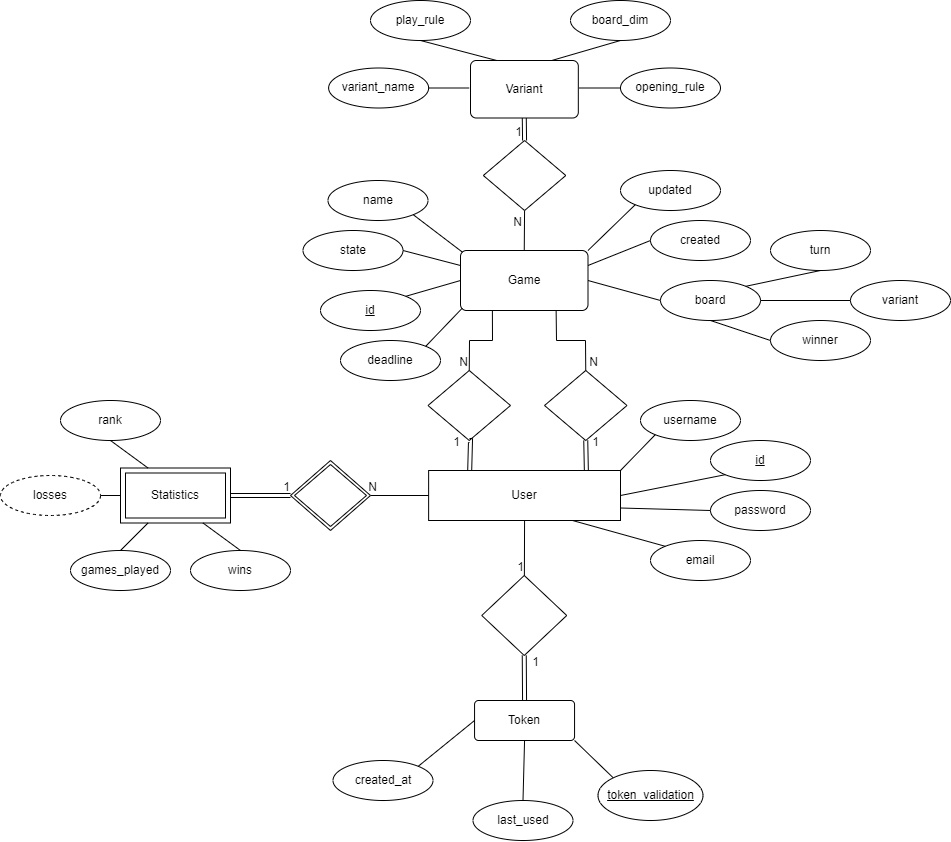
This is docs/diagrams/gomoku-er-diagram.png from Gongamax/Gomoku-Web, a draw.io export, as it was before one commit. Source tidied: cells renumbered, new cells last; positions are measured from the earlier drawing's top-left corner, leaving out a move shared by most shapes. Its diagram source:
```xml
<mxGraphModel>
  <root>
    <mxCell id="0" />
    <mxCell id="1" parent="0" />
    <mxCell id="2" value="Game" style="rounded=1;arcSize=10;whiteSpace=wrap;html=1;align=center;" parent="1" vertex="1">
      <mxGeometry x="460" y="250" width="127.5" height="60" as="geometry" />
    </mxCell>
    <mxCell id="3" value="User" style="whiteSpace=wrap;html=1;align=center;" parent="1" vertex="1">
      <mxGeometry x="428.1" y="470" width="191.9" height="50" as="geometry" />
    </mxCell>
    <mxCell id="4" value="Token" style="rounded=1;arcSize=10;whiteSpace=wrap;html=1;align=center;" parent="1" vertex="1">
      <mxGeometry x="474.1" y="700" width="100" height="40" as="geometry" />
    </mxCell>
    <mxCell id="5" value="id" style="ellipse;whiteSpace=wrap;html=1;align=center;fontStyle=4;" parent="1" vertex="1">
      <mxGeometry x="320" y="290" width="100" height="40" as="geometry" />
    </mxCell>
    <mxCell id="6" value="name" style="ellipse;whiteSpace=wrap;html=1;align=center;" parent="1" vertex="1">
      <mxGeometry x="327.5" y="180" width="100" height="40" as="geometry" />
    </mxCell>
    <mxCell id="7" style="endArrow=none;html=1;rounded=0;entryX=0;entryY=0.5;entryDx=0;entryDy=0;exitX=1;exitY=0;exitDx=0;exitDy=0;" parent="1" edge="1" source="5" target="2">
      <mxGeometry relative="1" as="geometry" />
    </mxCell>
    <mxCell id="8" value="winner" style="ellipse;whiteSpace=wrap;html=1;align=center;" parent="1" vertex="1">
      <mxGeometry x="770" y="320" width="100" height="40" as="geometry" />
    </mxCell>
    <mxCell id="9" value="turn" style="ellipse;whiteSpace=wrap;html=1;align=center;" parent="1" vertex="1">
      <mxGeometry x="770" y="230" width="100" height="40" as="geometry" />
    </mxCell>
    <mxCell id="10" value="created" style="ellipse;whiteSpace=wrap;html=1;align=center;" parent="1" vertex="1">
      <mxGeometry x="650" y="220" width="100" height="40" as="geometry" />
    </mxCell>
    <mxCell id="11" value="updated" style="ellipse;whiteSpace=wrap;html=1;align=center;" parent="1" vertex="1">
      <mxGeometry x="620" y="170" width="100" height="40" as="geometry" />
    </mxCell>
    <mxCell id="12" value="state" style="ellipse;whiteSpace=wrap;html=1;align=center;" parent="1" vertex="1">
      <mxGeometry x="302.5" y="230" width="100" height="40" as="geometry" />
    </mxCell>
    <mxCell id="13" style="endArrow=none;html=1;rounded=0;entryX=0;entryY=0.5;entryDx=0;entryDy=0;exitX=1;exitY=0.25;exitDx=0;exitDy=0;" parent="1" edge="1" source="2" target="10">
      <mxGeometry relative="1" as="geometry" />
    </mxCell>
    <mxCell id="14" style="endArrow=none;html=1;rounded=0;entryX=0;entryY=1;entryDx=0;entryDy=0;exitX=1;exitY=0;exitDx=0;exitDy=0;" parent="1" edge="1" source="2" target="11">
      <mxGeometry relative="1" as="geometry" />
    </mxCell>
    <mxCell id="15" style="endArrow=none;html=1;rounded=0;entryX=1;entryY=0.5;entryDx=0;entryDy=0;exitX=0;exitY=0.25;exitDx=0;exitDy=0;" parent="1" edge="1" source="2" target="12">
      <mxGeometry relative="1" as="geometry" />
    </mxCell>
    <mxCell id="16" value="last_used" style="ellipse;whiteSpace=wrap;html=1;align=center;" parent="1" vertex="1">
      <mxGeometry x="472.5" y="800" width="100" height="40" as="geometry" />
    </mxCell>
    <mxCell id="17" value="created_at" style="ellipse;whiteSpace=wrap;html=1;align=center;" parent="1" vertex="1">
      <mxGeometry x="332.5" y="760" width="100" height="40" as="geometry" />
    </mxCell>
    <mxCell id="18" style="shape=rhombus;perimeter=rhombusPerimeter;whiteSpace=wrap;html=1;align=center;" parent="1" vertex="1">
      <mxGeometry x="481.2" y="575" width="85" height="80" as="geometry" />
    </mxCell>
    <mxCell id="19" style="endArrow=none;html=1;rounded=0;entryX=1;entryY=1;entryDx=0;entryDy=0;exitX=0;exitY=0;exitDx=0;exitDy=0;" parent="1" edge="1" source="21" target="4">
      <mxGeometry relative="1" as="geometry" />
    </mxCell>
    <mxCell id="20" style="shape=rhombus;perimeter=rhombusPerimeter;whiteSpace=wrap;html=1;align=center;" parent="1" vertex="1">
      <mxGeometry x="427.5" y="370" width="82.5" height="70" as="geometry" />
    </mxCell>
    <mxCell id="21" value="token_validation" style="ellipse;whiteSpace=wrap;html=1;align=center;fontStyle=4;" parent="1" vertex="1">
      <mxGeometry x="597.5" y="770" width="105" height="50" as="geometry" />
    </mxCell>
    <mxCell id="22" value="username" style="ellipse;whiteSpace=wrap;html=1;align=center;" parent="1" vertex="1">
      <mxGeometry x="640" y="400" width="100" height="40" as="geometry" />
    </mxCell>
    <mxCell id="23" value="id" style="ellipse;whiteSpace=wrap;html=1;align=center;fontStyle=4;" parent="1" vertex="1">
      <mxGeometry x="710" y="440" width="100" height="40" as="geometry" />
    </mxCell>
    <mxCell id="24" value="password" style="ellipse;whiteSpace=wrap;html=1;align=center;" parent="1" vertex="1">
      <mxGeometry x="710" y="490" width="100" height="40" as="geometry" />
    </mxCell>
    <mxCell id="25" style="endArrow=none;html=1;rounded=0;entryX=0.5;entryY=1;entryDx=0;entryDy=0;exitX=0.5;exitY=0;exitDx=0;exitDy=0;" parent="1" edge="1" source="16" target="4">
      <mxGeometry relative="1" as="geometry" />
    </mxCell>
    <mxCell id="26" style="endArrow=none;html=1;rounded=0;entryX=0;entryY=0.5;entryDx=0;entryDy=0;exitX=1;exitY=0;exitDx=0;exitDy=0;" parent="1" edge="1" source="17" target="4">
      <mxGeometry relative="1" as="geometry" />
    </mxCell>
    <mxCell id="27" value="board" style="ellipse;whiteSpace=wrap;html=1;align=center;" parent="1" vertex="1">
      <mxGeometry x="660" y="280" width="100" height="40" as="geometry" />
    </mxCell>
    <mxCell id="28" style="endArrow=none;html=1;rounded=0;entryX=1;entryY=1;entryDx=0;entryDy=0;exitX=0.016;exitY=0.029;exitDx=0;exitDy=0;exitPerimeter=0;" parent="1" edge="1" source="2" target="6">
      <mxGeometry relative="1" as="geometry" />
    </mxCell>
    <mxCell id="29" style="endArrow=none;html=1;rounded=0;exitX=1;exitY=0;exitDx=0;exitDy=0;entryX=0.5;entryY=1;entryDx=0;entryDy=0;" parent="1" edge="1" source="27" target="9">
      <mxGeometry relative="1" as="geometry" />
    </mxCell>
    <mxCell id="30" style="endArrow=none;html=1;rounded=0;entryX=0;entryY=0.5;entryDx=0;entryDy=0;exitX=1;exitY=0.5;exitDx=0;exitDy=0;" parent="1" edge="1" source="2" target="27">
      <mxGeometry relative="1" as="geometry" />
    </mxCell>
    <mxCell id="31" style="endArrow=none;html=1;rounded=0;exitX=0.5;exitY=1;exitDx=0;exitDy=0;entryX=0;entryY=0.5;entryDx=0;entryDy=0;" parent="1" edge="1" source="27" target="8">
      <mxGeometry relative="1" as="geometry" />
    </mxCell>
    <mxCell id="32" value="deadline" style="ellipse;whiteSpace=wrap;html=1;align=center;" parent="1" vertex="1">
      <mxGeometry x="340" y="340" width="100" height="40" as="geometry" />
    </mxCell>
    <mxCell id="33" style="endArrow=none;html=1;rounded=0;entryX=1;entryY=0;entryDx=0;entryDy=0;exitX=0.014;exitY=0.961;exitDx=0;exitDy=0;exitPerimeter=0;" parent="1" edge="1" source="2" target="32">
      <mxGeometry relative="1" as="geometry" />
    </mxCell>
    <mxCell id="34" style="shape=rhombus;perimeter=rhombusPerimeter;whiteSpace=wrap;html=1;align=center;" parent="1" vertex="1">
      <mxGeometry x="544" y="370" width="82.5" height="70" as="geometry" />
    </mxCell>
    <mxCell id="35" style="endArrow=none;html=1;rounded=0;exitX=0.75;exitY=1;exitDx=0;exitDy=0;entryX=0.5;entryY=0;entryDx=0;entryDy=0;" parent="1" edge="1" source="2" target="34">
      <mxGeometry relative="1" as="geometry">
        <Array as="points">
          <mxPoint x="556" y="340" />
          <mxPoint x="585" y="340" />
        </Array>
      </mxGeometry>
    </mxCell>
    <mxCell id="36" style="endArrow=none;html=1;rounded=0;entryX=0.25;entryY=1;entryDx=0;entryDy=0;exitX=0.5;exitY=0;exitDx=0;exitDy=0;" parent="1" edge="1" source="20" target="2">
      <mxGeometry relative="1" as="geometry">
        <Array as="points">
          <mxPoint x="469" y="340" />
          <mxPoint x="492" y="340" />
        </Array>
      </mxGeometry>
    </mxCell>
    <mxCell id="37" style="endArrow=none;html=1;rounded=0;exitX=1;exitY=0;exitDx=0;exitDy=0;entryX=0;entryY=1;entryDx=0;entryDy=0;" parent="1" edge="1" source="3" target="22">
      <mxGeometry relative="1" as="geometry" />
    </mxCell>
    <mxCell id="38" value="N" style="html=1;align=right;verticalAlign=bottom;" parent="1" vertex="1">
      <mxGeometry x="598.8" y="370" as="geometry" />
    </mxCell>
    <mxCell id="39" style="shape=link;html=1;rounded=0;entryX=0.214;entryY=0.005;entryDx=0;entryDy=0;entryPerimeter=0;" parent="1" edge="1" target="3">
      <mxGeometry relative="1" as="geometry">
        <mxPoint x="469" y="440" as="sourcePoint" />
        <Array as="points">
          <mxPoint x="470" y="440" />
        </Array>
      </mxGeometry>
    </mxCell>
    <mxCell id="40" value="1" style="html=1;align=right;verticalAlign=bottom;" parent="39" vertex="1">
      <mxGeometry x="1" relative="1" as="geometry">
        <mxPoint x="-9" y="-20" as="offset" />
      </mxGeometry>
    </mxCell>
    <mxCell id="41" style="shape=link;html=1;rounded=0;entryX=0.5;entryY=1;entryDx=0;entryDy=0;exitX=0.822;exitY=0.003;exitDx=0;exitDy=0;exitPerimeter=0;" parent="1" edge="1" source="3" target="34">
      <mxGeometry relative="1" as="geometry" />
    </mxCell>
    <mxCell id="42" value="1" style="html=1;align=right;verticalAlign=bottom;" parent="41" vertex="1">
      <mxGeometry x="1" relative="1" as="geometry">
        <mxPoint x="14" y="10" as="offset" />
      </mxGeometry>
    </mxCell>
    <mxCell id="43" style="endArrow=none;html=1;rounded=0;exitX=0.5;exitY=1;exitDx=0;exitDy=0;" parent="1" edge="1" source="3" target="18">
      <mxGeometry relative="1" as="geometry" />
    </mxCell>
    <mxCell id="44" value="1" style="html=1;align=right;verticalAlign=bottom;" parent="43" vertex="1">
      <mxGeometry x="1" relative="1" as="geometry" />
    </mxCell>
    <mxCell id="45" style="shape=link;html=1;rounded=0;entryX=0.5;entryY=1;entryDx=0;entryDy=0;exitX=0.5;exitY=0;exitDx=0;exitDy=0;" parent="1" edge="1" source="4" target="18">
      <mxGeometry relative="1" as="geometry" />
    </mxCell>
    <mxCell id="46" value="1" style="html=1;align=right;verticalAlign=bottom;" parent="45" vertex="1">
      <mxGeometry x="1" relative="1" as="geometry">
        <mxPoint x="16" y="15" as="offset" />
      </mxGeometry>
    </mxCell>
    <mxCell id="47" style="endArrow=none;html=1;rounded=0;exitX=1;exitY=0.5;exitDx=0;exitDy=0;entryX=0;entryY=1;entryDx=0;entryDy=0;" parent="1" edge="1" source="3" target="23">
      <mxGeometry relative="1" as="geometry" />
    </mxCell>
    <mxCell id="48" style="endArrow=none;html=1;rounded=0;exitX=1;exitY=0.75;exitDx=0;exitDy=0;entryX=0;entryY=0.5;entryDx=0;entryDy=0;" parent="1" edge="1" source="3" target="24">
      <mxGeometry relative="1" as="geometry" />
    </mxCell>
    <mxCell id="49" style="endArrow=none;html=1;rounded=0;exitX=1;exitY=0.5;exitDx=0;exitDy=0;entryX=0;entryY=0.5;entryDx=0;entryDy=0;" parent="1" edge="1" source="52" target="3">
      <mxGeometry relative="1" as="geometry" />
    </mxCell>
    <mxCell id="50" value="N" style="html=1;align=right;verticalAlign=bottom;" parent="49" vertex="1">
      <mxGeometry x="1" relative="1" as="geometry">
        <mxPoint x="-51" as="offset" />
      </mxGeometry>
    </mxCell>
    <mxCell id="51" value="Statistics" style="shape=ext;margin=3;double=1;whiteSpace=wrap;html=1;align=center;" parent="1" vertex="1">
      <mxGeometry x="120" y="467.5" width="110" height="55" as="geometry" />
    </mxCell>
    <mxCell id="52" style="shape=rhombus;double=1;perimeter=rhombusPerimeter;whiteSpace=wrap;html=1;align=center;" parent="1" vertex="1">
      <mxGeometry x="290" y="460" width="80" height="70" as="geometry" />
    </mxCell>
    <mxCell id="53" value="losses" style="ellipse;whiteSpace=wrap;html=1;align=center;dashed=1;" parent="1" vertex="1">
      <mxGeometry y="475" width="100" height="40" as="geometry" />
    </mxCell>
    <mxCell id="54" style="endArrow=none;html=1;rounded=0;exitX=0.25;exitY=0;exitDx=0;exitDy=0;entryX=0.5;entryY=1;entryDx=0;entryDy=0;" parent="1" edge="1" source="51" target="55">
      <mxGeometry relative="1" as="geometry" />
    </mxCell>
    <mxCell id="55" value="rank" style="ellipse;whiteSpace=wrap;html=1;align=center;" parent="1" vertex="1">
      <mxGeometry x="60" y="400" width="100" height="40" as="geometry" />
    </mxCell>
    <mxCell id="56" value="games_played" style="ellipse;whiteSpace=wrap;html=1;align=center;" parent="1" vertex="1">
      <mxGeometry x="70" y="550" width="100" height="40" as="geometry" />
    </mxCell>
    <mxCell id="57" style="endArrow=none;html=1;rounded=0;entryX=0.25;entryY=1;entryDx=0;entryDy=0;exitX=0.5;exitY=0;exitDx=0;exitDy=0;" parent="1" edge="1" source="56" target="51">
      <mxGeometry relative="1" as="geometry" />
    </mxCell>
    <mxCell id="58" style="endArrow=none;html=1;rounded=0;entryX=0;entryY=0.5;entryDx=0;entryDy=0;exitX=1;exitY=0.5;exitDx=0;exitDy=0;" parent="1" edge="1" source="53" target="51">
      <mxGeometry relative="1" as="geometry" />
    </mxCell>
    <mxCell id="59" value="wins" style="ellipse;whiteSpace=wrap;html=1;align=center;" parent="1" vertex="1">
      <mxGeometry x="190" y="550" width="100" height="40" as="geometry" />
    </mxCell>
    <mxCell id="60" style="endArrow=none;html=1;rounded=0;entryX=0.75;entryY=1;entryDx=0;entryDy=0;exitX=0.5;exitY=0;exitDx=0;exitDy=0;" parent="1" edge="1" source="59" target="51">
      <mxGeometry relative="1" as="geometry" />
    </mxCell>
    <mxCell id="61" style="shape=link;html=1;rounded=0;entryX=0;entryY=0.5;entryDx=0;entryDy=0;exitX=1;exitY=0.5;exitDx=0;exitDy=0;" parent="1" edge="1" source="51" target="52">
      <mxGeometry relative="1" as="geometry" />
    </mxCell>
    <mxCell id="62" value="1" style="html=1;align=right;verticalAlign=bottom;" parent="61" vertex="1">
      <mxGeometry x="1" relative="1" as="geometry" />
    </mxCell>
    <mxCell id="63" style="shape=link;html=1;rounded=0;entryX=0.5;entryY=0;entryDx=0;entryDy=0;exitX=0.5;exitY=1;exitDx=0;exitDy=0;" parent="1" edge="1">
      <mxGeometry relative="1" as="geometry">
        <mxPoint x="523.8" y="115" as="sourcePoint" />
        <mxPoint x="524.1" y="140" as="targetPoint" />
      </mxGeometry>
    </mxCell>
    <mxCell id="64" value="1" style="html=1;align=right;verticalAlign=bottom;" parent="63" vertex="1">
      <mxGeometry x="1" relative="1" as="geometry">
        <mxPoint x="-2" as="offset" />
      </mxGeometry>
    </mxCell>
    <mxCell id="65" style="endArrow=none;html=1;rounded=0;exitX=0.5;exitY=0;exitDx=0;exitDy=0;entryX=0.5;entryY=1;entryDx=0;entryDy=0;" parent="1" edge="1" source="2">
      <mxGeometry relative="1" as="geometry">
        <mxPoint x="524.1" y="210" as="targetPoint" />
      </mxGeometry>
    </mxCell>
    <mxCell id="66" value="N" style="html=1;align=right;verticalAlign=bottom;" parent="65" vertex="1">
      <mxGeometry x="1" relative="1" as="geometry">
        <mxPoint x="-2" y="20" as="offset" />
      </mxGeometry>
    </mxCell>
    <mxCell id="67" style="endArrow=none;html=1;rounded=0;entryX=0.75;entryY=0;entryDx=0;entryDy=0;exitX=0.5;exitY=1;exitDx=0;exitDy=0;" parent="1" edge="1" source="75">
      <mxGeometry relative="1" as="geometry">
        <mxPoint x="551.2" y="60" as="targetPoint" />
      </mxGeometry>
    </mxCell>
    <mxCell id="68" value="N" style="html=1;align=right;verticalAlign=bottom;" parent="1" vertex="1">
      <mxGeometry x="468.8" y="370" as="geometry" />
    </mxCell>
    <mxCell id="69" value="variant" style="ellipse;whiteSpace=wrap;html=1;align=center;" parent="1" vertex="1">
      <mxGeometry x="850" y="280" width="100" height="40" as="geometry" />
    </mxCell>
    <mxCell id="70" style="endArrow=none;html=1;rounded=0;entryX=1;entryY=0.5;entryDx=0;entryDy=0;exitX=0;exitY=0.5;exitDx=0;exitDy=0;" parent="1" edge="1" source="69" target="27">
      <mxGeometry relative="1" as="geometry" />
    </mxCell>
    <mxCell id="71" style="endArrow=none;html=1;rounded=0;exitX=1;exitY=0.5;exitDx=0;exitDy=0;" parent="1" edge="1" target="72">
      <mxGeometry relative="1" as="geometry">
        <mxPoint x="578.8" y="87.5" as="sourcePoint" />
      </mxGeometry>
    </mxCell>
    <mxCell id="72" value="opening_rule" style="ellipse;whiteSpace=wrap;html=1;align=center;" parent="1" vertex="1">
      <mxGeometry x="620" y="67.5" width="100" height="40" as="geometry" />
    </mxCell>
    <mxCell id="73" value="play_rule" style="ellipse;whiteSpace=wrap;html=1;align=center;" parent="1" vertex="1">
      <mxGeometry x="370" width="100" height="40" as="geometry" />
    </mxCell>
    <mxCell id="74" style="endArrow=none;html=1;rounded=0;entryX=0.25;entryY=0;entryDx=0;entryDy=0;exitX=0.5;exitY=1;exitDx=0;exitDy=0;" parent="1" edge="1" source="73">
      <mxGeometry relative="1" as="geometry">
        <mxPoint x="496.2" y="60" as="targetPoint" />
      </mxGeometry>
    </mxCell>
    <mxCell id="75" value="board_dim" style="ellipse;whiteSpace=wrap;html=1;align=center;" parent="1" vertex="1">
      <mxGeometry x="570" width="100" height="40" as="geometry" />
    </mxCell>
    <mxCell id="76" value="variant_name" style="ellipse;whiteSpace=wrap;html=1;align=center;" parent="1" vertex="1">
      <mxGeometry x="328.1" y="67.5" width="100" height="40" as="geometry" />
    </mxCell>
    <mxCell id="77" style="endArrow=none;html=1;rounded=0;entryX=0;entryY=0.5;entryDx=0;entryDy=0;exitX=1;exitY=0.5;exitDx=0;exitDy=0;" parent="1" edge="1" source="76">
      <mxGeometry relative="1" as="geometry">
        <mxPoint x="468.8" y="87.5" as="targetPoint" />
      </mxGeometry>
    </mxCell>
    <mxCell id="78" value="Variant" style="rounded=1;arcSize=10;whiteSpace=wrap;html=1;align=center;" parent="1" vertex="1">
      <mxGeometry x="470" y="60" width="107.8" height="57.5" as="geometry" />
    </mxCell>
    <mxCell id="79" style="shape=rhombus;perimeter=rhombusPerimeter;whiteSpace=wrap;html=1;align=center;" parent="1" vertex="1">
      <mxGeometry x="482.8" y="140" width="82.5" height="70" as="geometry" />
    </mxCell>
    <mxCell id="80" value="email" style="ellipse;whiteSpace=wrap;html=1;align=center;" parent="1" vertex="1">
      <mxGeometry x="650" y="540" width="100" height="40" as="geometry" />
    </mxCell>
    <mxCell id="81" style="endArrow=none;html=1;rounded=0;exitX=0.75;exitY=1;exitDx=0;exitDy=0;entryX=0;entryY=0;entryDx=0;entryDy=0;" parent="1" edge="1" source="3" target="80">
      <mxGeometry relative="1" as="geometry" />
    </mxCell>
  </root>
</mxGraphModel>
```
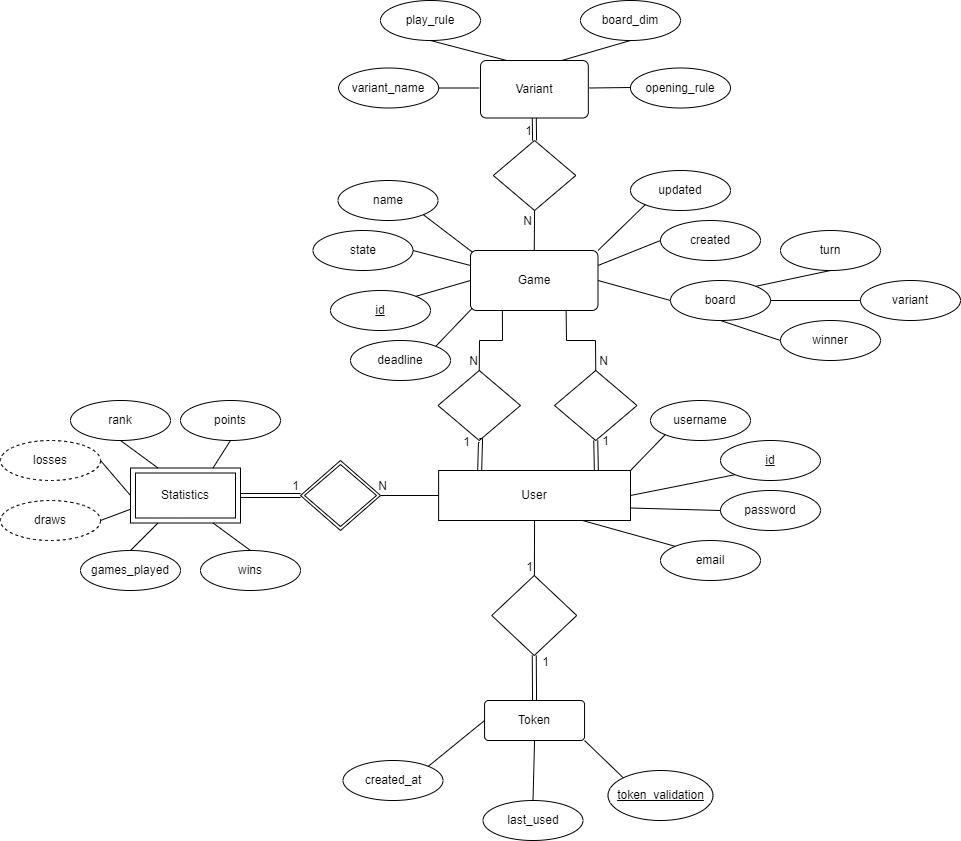
The same file after the commit.

What changed in the source:
```diff
@@ -179,7 +179,7 @@
       <mxGeometry x="290" y="460" width="80" height="70" as="geometry" />
     </mxCell>
     <mxCell id="53" value="losses" style="ellipse;whiteSpace=wrap;html=1;align=center;dashed=1;" parent="1" vertex="1">
-      <mxGeometry y="475" width="100" height="40" as="geometry" />
+      <mxGeometry x="-10" y="440" width="100" height="40" as="geometry" />
     </mxCell>
     <mxCell id="54" style="endArrow=none;html=1;rounded=0;exitX=0.25;exitY=0;exitDx=0;exitDy=0;entryX=0.5;entryY=1;entryDx=0;entryDy=0;" parent="1" edge="1" source="51" target="55">
       <mxGeometry relative="1" as="geometry" />
@@ -282,5 +282,17 @@
     <mxCell id="81" style="endArrow=none;html=1;rounded=0;exitX=0.75;exitY=1;exitDx=0;exitDy=0;entryX=0;entryY=0;entryDx=0;entryDy=0;" parent="1" edge="1" source="3" target="80">
       <mxGeometry relative="1" as="geometry" />
     </mxCell>
+    <mxCell id="82" value="points" style="ellipse;whiteSpace=wrap;html=1;align=center;" parent="1" vertex="1">
+      <mxGeometry x="170" y="400" width="100" height="40" as="geometry" />
+    </mxCell>
+    <mxCell id="83" style="endArrow=none;html=1;rounded=0;exitX=0.75;exitY=0;exitDx=0;exitDy=0;entryX=0.5;entryY=1;entryDx=0;entryDy=0;" parent="1" edge="1" source="51" target="82">
+      <mxGeometry relative="1" as="geometry" />
+    </mxCell>
+    <mxCell id="84" value="draws" style="ellipse;whiteSpace=wrap;html=1;align=center;dashed=1;" parent="1" vertex="1">
+      <mxGeometry x="-10" y="500" width="100" height="40" as="geometry" />
+    </mxCell>
+    <mxCell id="85" style="endArrow=none;html=1;rounded=0;entryX=0;entryY=0.75;entryDx=0;entryDy=0;exitX=1;exitY=0.5;exitDx=0;exitDy=0;" parent="1" edge="1" source="84" target="51">
+      <mxGeometry relative="1" as="geometry" />
+    </mxCell>
   </root>
 </mxGraphModel>
```
